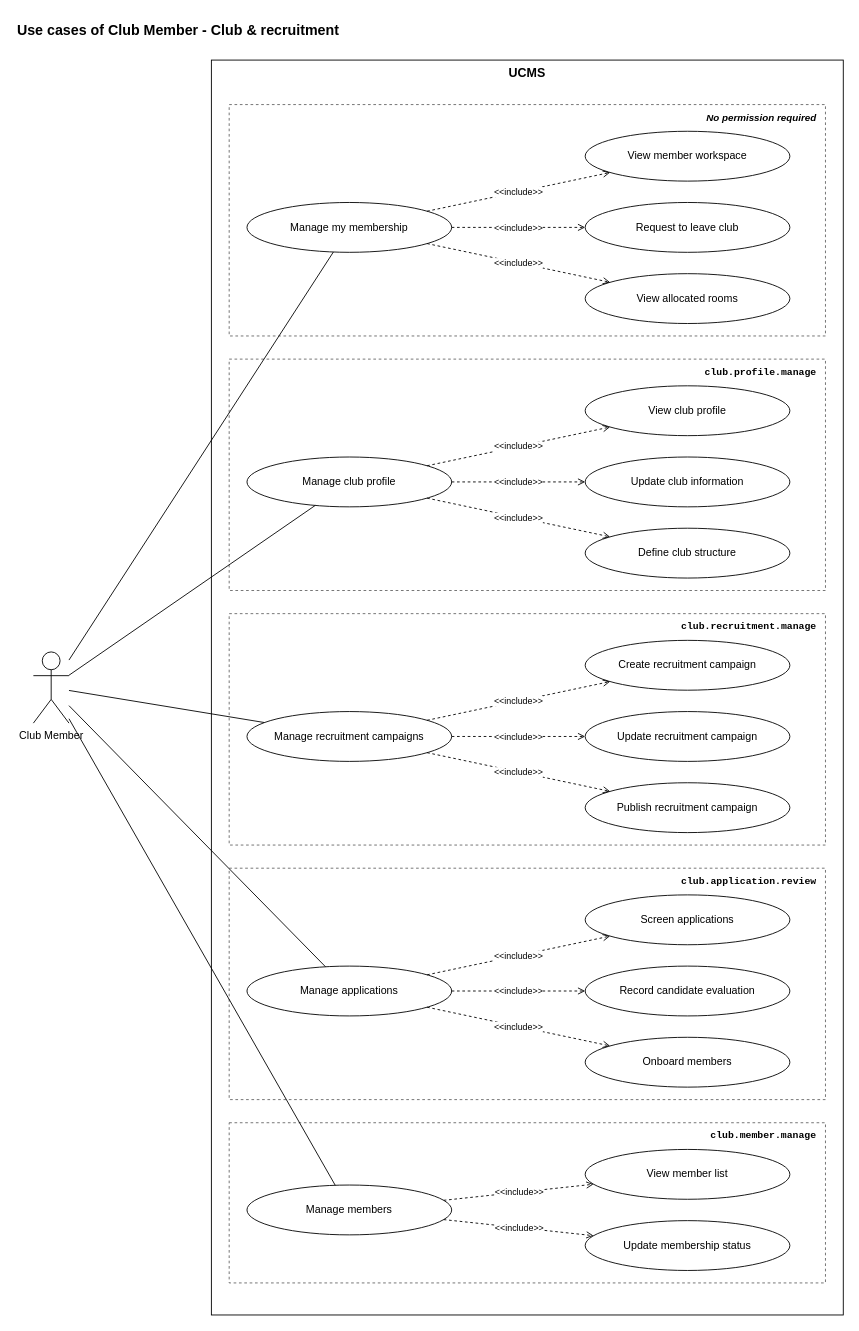
Above: page "Club Member 1 - Club & recruitment" (4 of 9) of docs/03-diagrams/UCMS_UseCase_ByActor.drawio in nvdekay/ClubManagementSystem (draw.io), before the change. Source tidied: cells renumbered, new cells numbered last; positions are measured from the earlier drawing's top-left corner, leaving out a move shared by most shapes. Both pictures are drawn from the tidied source at 89%, with x=0, y=0 at pixel (15, 15).
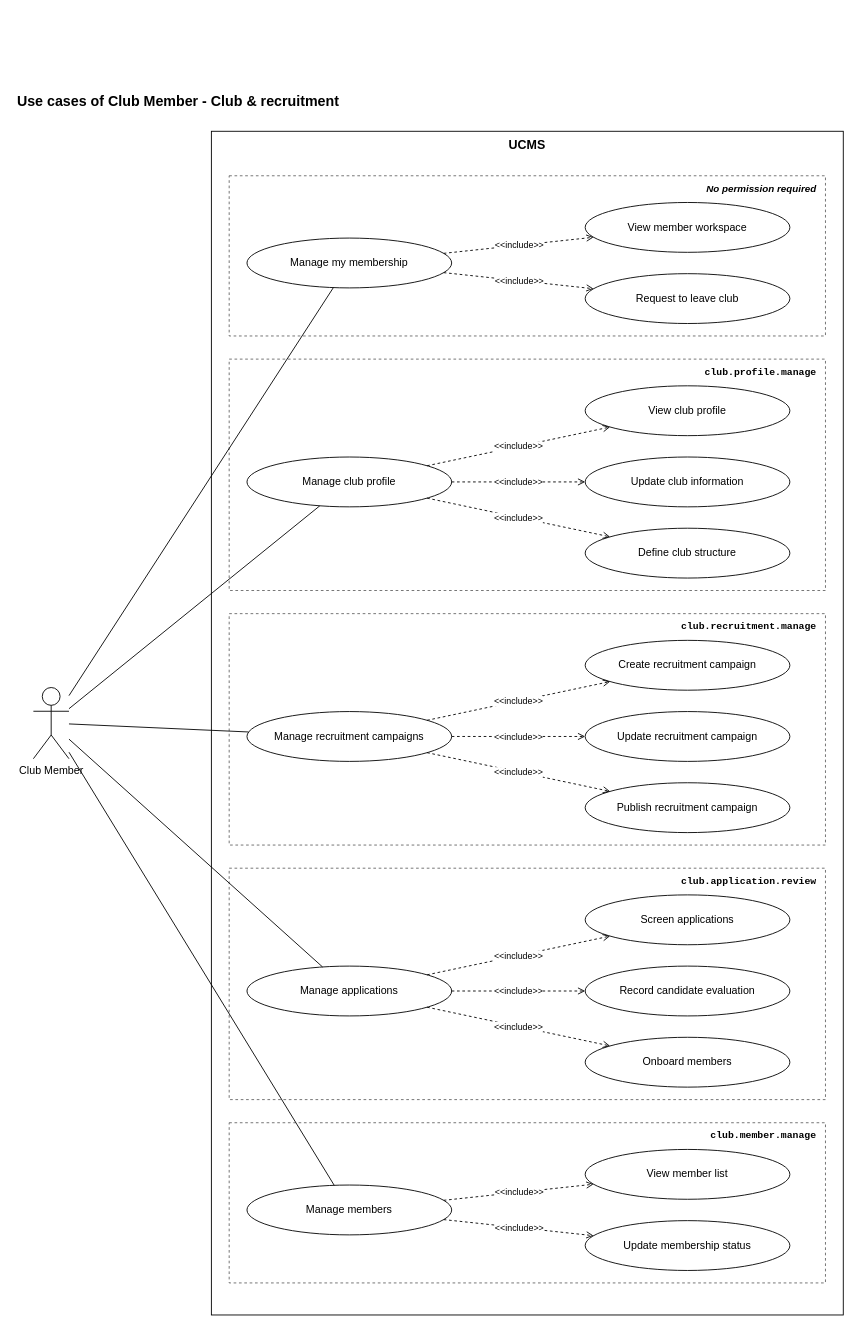
After the change.

What changed in the source:
```diff
@@
     <mxCell id="2" value="Use cases of Club Member - Club &amp; recruitment" style="text;html=1;fontStyle=1;fontSize=16;align=left;" parent="1" vertex="1">
-      <mxGeometry width="900" height="30" as="geometry" />
+      <mxGeometry y="80" width="900" height="30" as="geometry" />
     </mxCell>
     <mxCell id="3" value="UCMS" style="rounded=0;whiteSpace=wrap;html=1;fillColor=none;strokeColor=#000000;verticalAlign=top;fontStyle=1;fontSize=14;" parent="1" vertex="1">
-      <mxGeometry x="220" y="50" width="710" height="1410" as="geometry" />
+      <mxGeometry x="220" y="130" width="710" height="1330" as="geometry" />
     </mxCell>
     <mxCell id="4" value="Club Member" style="shape=umlActor;verticalLabelPosition=bottom;verticalAlign=top;html=1;outlineConnect=0;fillColor=#ffffff;strokeColor=#000000;" parent="1" vertex="1">
-      <mxGeometry x="20" y="715" width="40" height="80" as="geometry" />
+      <mxGeometry x="20" y="755" width="40" height="80" as="geometry" />
     </mxCell>
     <mxCell id="5" value="No permission required" style="rounded=0;whiteSpace=wrap;html=1;fillColor=none;strokeColor=#666666;dashed=1;verticalAlign=top;align=right;spacingRight=8;spacingTop=2;fontSize=11;fontStyle=3;" parent="1" vertex="1">
-      <mxGeometry x="240" y="100" width="670" height="260" as="geometry" />
+      <mxGeometry x="240" y="180" width="670" height="180" as="geometry" />
     </mxCell>
@@
     <mxCell id="10" value="Manage my membership" style="ellipse;whiteSpace=wrap;html=1;fillColor=#ffffff;strokeColor=#000000;fontSize=12;" parent="1" vertex="1">
-      <mxGeometry x="260" y="210" width="230" height="56" as="geometry" />
+      <mxGeometry x="260" y="250" width="230" height="56" as="geometry" />
     </mxCell>
@@
     <mxCell id="12" value="View member workspace" style="ellipse;whiteSpace=wrap;html=1;fillColor=#ffffff;strokeColor=#000000;fontSize=12;" parent="1" vertex="1">
-      <mxGeometry x="640" y="130" width="230" height="56" as="geometry" />
+      <mxGeometry x="640" y="210" width="230" height="56" as="geometry" />
     </mxCell>
@@
     <mxCell id="14" value="Request to leave club" style="ellipse;whiteSpace=wrap;html=1;fillColor=#ffffff;strokeColor=#000000;fontSize=12;" parent="1" vertex="1">
-      <mxGeometry x="640" y="210" width="230" height="56" as="geometry" />
+      <mxGeometry x="640" y="290" width="230" height="56" as="geometry" />
     </mxCell>
@@
-    <mxCell id="16" value="View allocated rooms" style="ellipse;whiteSpace=wrap;html=1;fillColor=#ffffff;strokeColor=#000000;fontSize=12;" parent="1" vertex="1">
-      <mxGeometry x="640" y="290" width="230" height="56" as="geometry" />
-    </mxCell>
-    <mxCell id="17" value="&amp;lt;&amp;lt;include&amp;gt;&amp;gt;" style="endArrow=open;dashed=1;html=1;strokeColor=#000000;fontSize=10;labelBackgroundColor=#ffffff;" parent="1" edge="1" source="10" target="16">
-      <mxGeometry relative="1" as="geometry" />
-    </mxCell>
```
